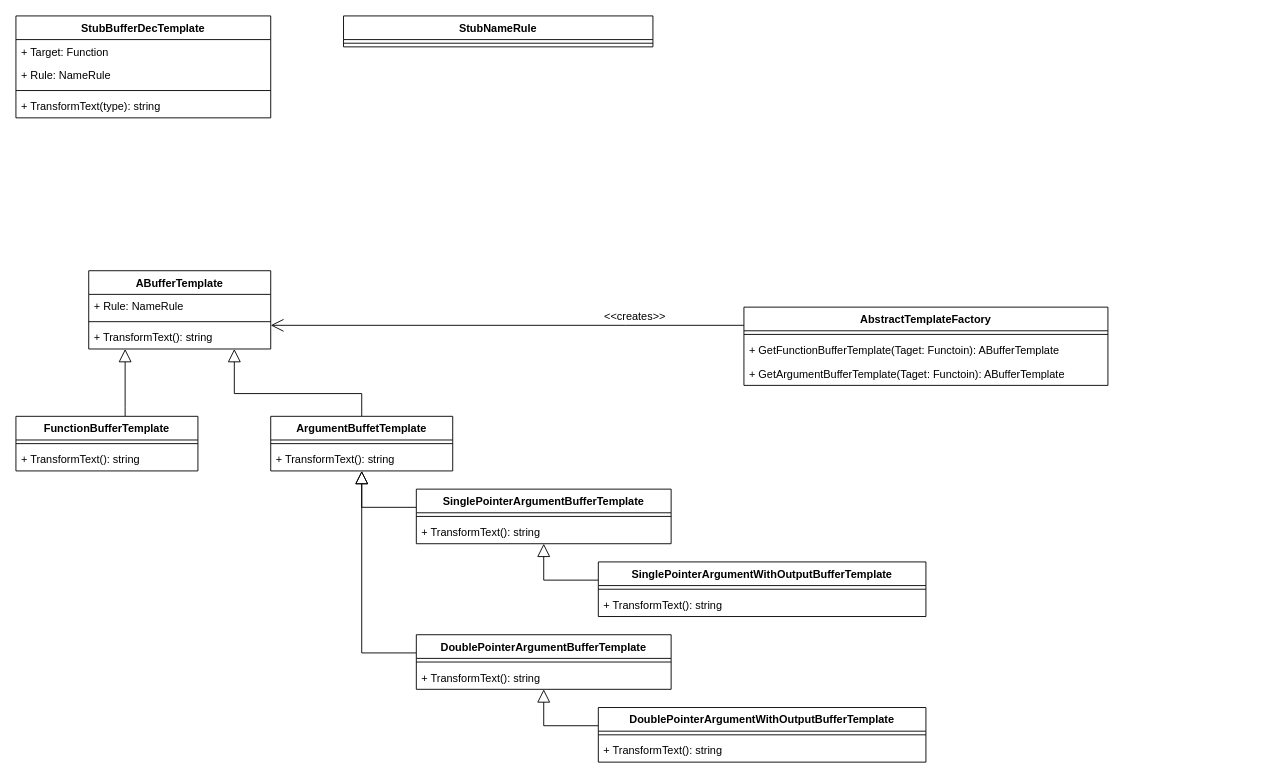
This is page "StubBufferDecTemplate(クラス図)" (6 of 9) of doc/design/AutoTestPrep_StubCodeGenerator.drawio from CountrySideEngineer/AutoTestPrep, a draw.io file, before an edit. Source tidied: cells renumbered, new cells numbered last; positions are measured from the earlier drawing's top-left corner, leaving out a move shared by most shapes. Both pictures are drawn from the tidied source at 91%, with x=0, y=0 at pixel (15, 15).
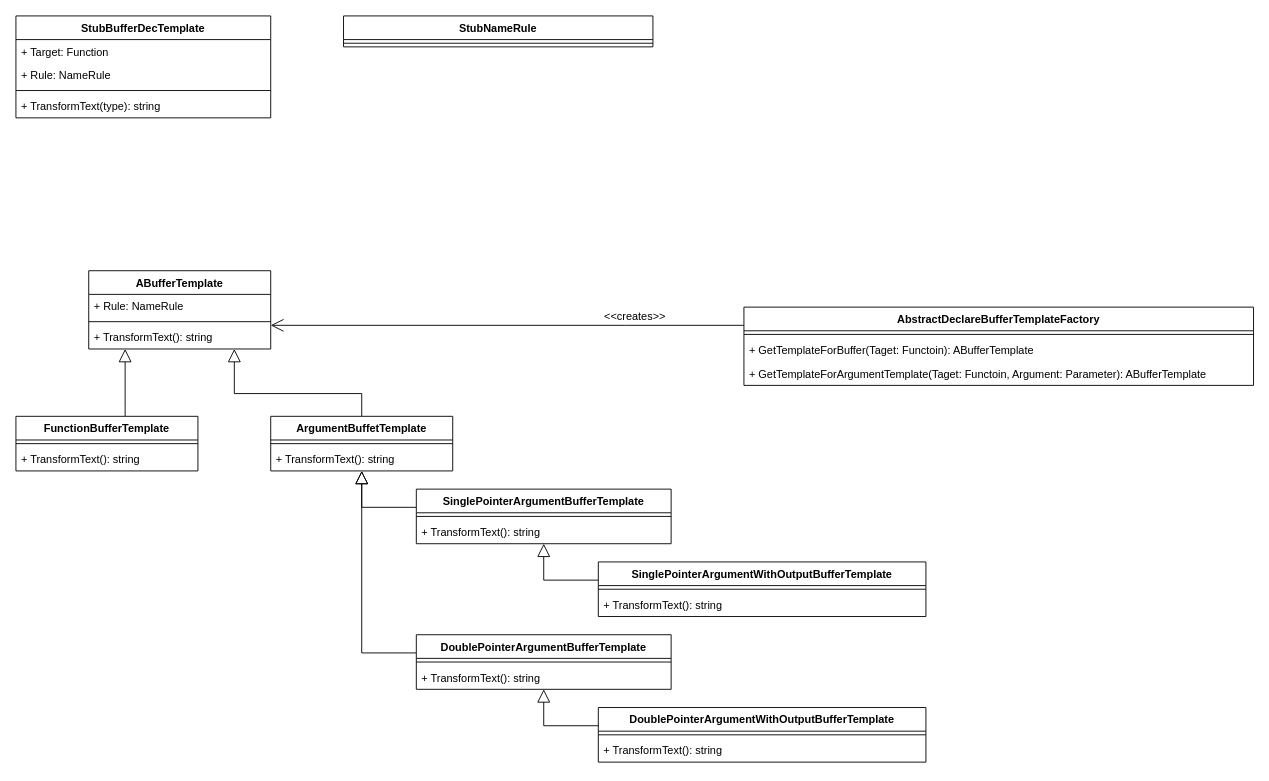
After the change.

What changed in the source:
```diff
@@
-    <mxCell id="39" value="AbstractTemplateFactory" style="swimlane;fontStyle=1;align=center;verticalAlign=top;horizontal=1;startSize=26;" parent="1" vertex="1">
-      <mxGeometry x="800" y="320" width="400" height="86" as="geometry" />
+    <mxCell id="39" value="AbstractDeclareBufferTemplateFactory" style="swimlane;fontStyle=1;align=center;verticalAlign=top;horizontal=1;startSize=26;" parent="1" vertex="1">
+      <mxGeometry x="800" y="320" width="560" height="86" as="geometry" />
     </mxCell>
     <mxCell id="40" style="line;strokeWidth=1;fillColor=none;align=left;verticalAlign=middle;spacingTop=-1;spacingLeft=3;spacingRight=3;labelPosition=right;" parent="39" vertex="1">
-      <mxGeometry y="26" width="400" height="8" as="geometry" />
+      <mxGeometry y="26" width="560" height="8" as="geometry" />
     </mxCell>
-    <mxCell id="41" value="+ GetFunctionBufferTemplate(Taget: Functoin): ABufferTemplate" style="text;strokeColor=none;fillColor=none;align=left;verticalAlign=top;spacingLeft=4;spacingRight=4;overflow=hidden;" parent="39" vertex="1">
-      <mxGeometry y="34" width="400" height="26" as="geometry" />
+    <mxCell id="41" value="+ GetTemplateForBuffer(Taget: Functoin): ABufferTemplate" style="text;strokeColor=none;fillColor=none;align=left;verticalAlign=top;spacingLeft=4;spacingRight=4;overflow=hidden;" parent="39" vertex="1">
+      <mxGeometry y="34" width="560" height="26" as="geometry" />
     </mxCell>
-    <mxCell id="42" value="+ GetArgumentBufferTemplate(Taget: Functoin): ABufferTemplate" style="text;strokeColor=none;fillColor=none;align=left;verticalAlign=top;spacingLeft=4;spacingRight=4;overflow=hidden;" parent="39" vertex="1">
-      <mxGeometry y="60" width="400" height="26" as="geometry" />
+    <mxCell id="42" value="+ GetTemplateForArgumentTemplate(Taget: Functoin, Argument: Parameter): ABufferTemplate" style="text;strokeColor=none;fillColor=none;align=left;verticalAlign=top;spacingLeft=4;spacingRight=4;overflow=hidden;" parent="39" vertex="1">
+      <mxGeometry y="60" width="560" height="26" as="geometry" />
     </mxCell>
```
